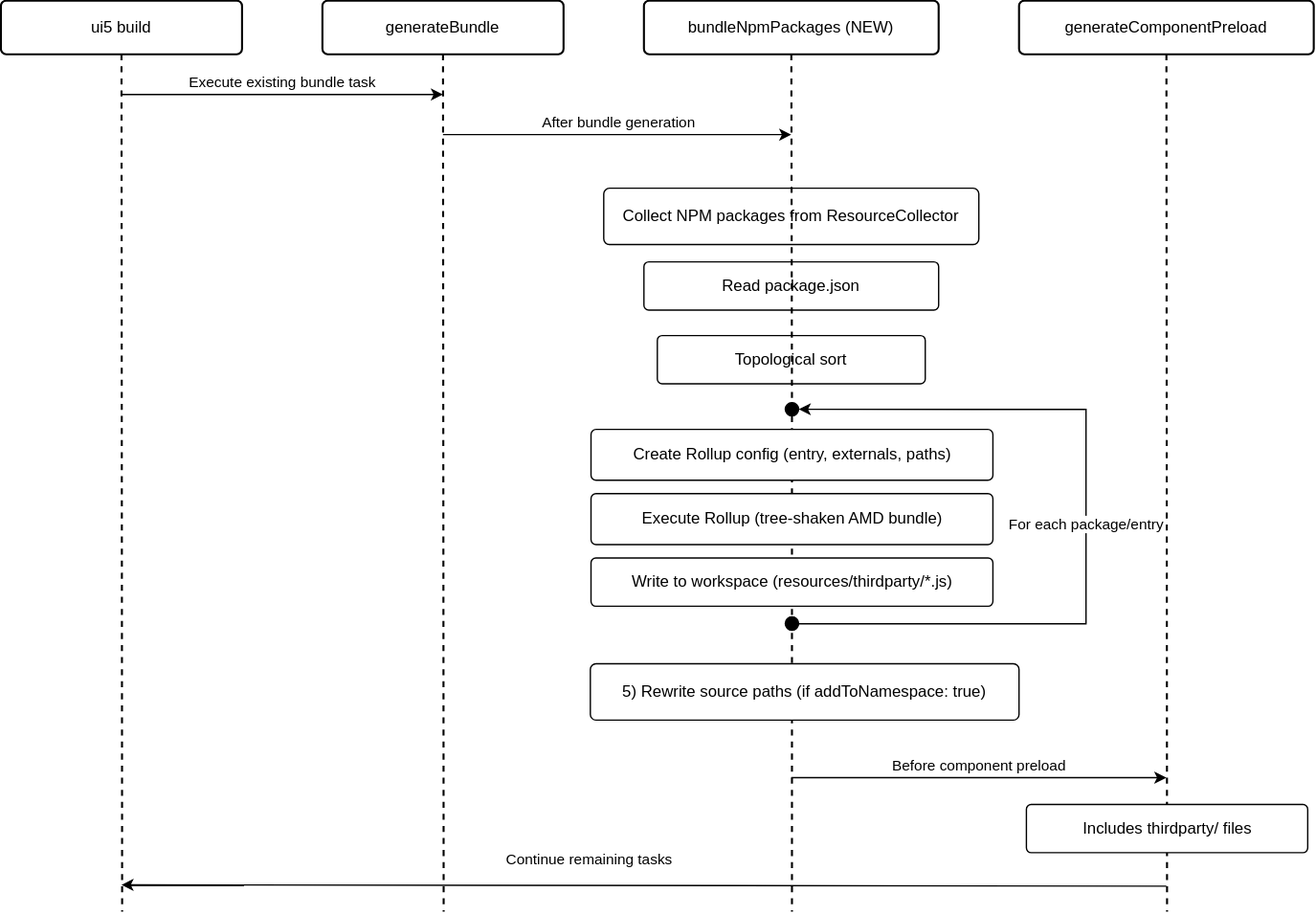
Above: rfcs/resources/0020-npm-integration/build-task-sequence.svg in UI5/cli (draw.io), before the change. Source tidied: cells renumbered, new cells last; positions are measured from the earlier drawing's top-left corner, leaving out a move shared by most shapes. Source of this version:
```xml
<mxGraphModel>
  <root>
    <mxCell id="0" />
    <mxCell id="1" parent="0" />
    <mxCell id="2" value="ui5 build" style="rounded=1;arcSize=10;whiteSpace=wrap;html=1;fillColor=#FFFFFF;strokeColor=#000000;strokeWidth=1.5;" parent="1" vertex="1">
      <mxGeometry width="180" height="40" as="geometry" />
    </mxCell>
    <mxCell id="3" value="generateBundle" style="rounded=1;arcSize=10;whiteSpace=wrap;html=1;fillColor=#FFFFFF;strokeColor=#000000;strokeWidth=1.5;" parent="1" vertex="1">
      <mxGeometry x="240" width="180" height="40" as="geometry" />
    </mxCell>
    <mxCell id="4" value="bundleNpmPackages (NEW)" style="rounded=1;arcSize=10;whiteSpace=wrap;html=1;fillColor=#FFFFFF;strokeColor=#000000;strokeWidth=1.5;" parent="1" vertex="1">
      <mxGeometry x="480" width="220" height="40" as="geometry" />
    </mxCell>
    <mxCell id="5" value="generateComponentPreload" style="rounded=1;arcSize=10;whiteSpace=wrap;html=1;fillColor=#FFFFFF;strokeColor=#000000;strokeWidth=1.5;" parent="1" vertex="1">
      <mxGeometry x="760" width="220" height="40" as="geometry" />
    </mxCell>
    <mxCell id="6" style="endArrow=none;dashed=1;strokeWidth=1.5;strokeColor=#000000;" parent="1" edge="1" source="2" target="7">
      <mxGeometry relative="1" as="geometry" />
    </mxCell>
    <mxCell id="7" style="rounded=0;whiteSpace=wrap;html=1;fillColor=none;strokeColor=none;" parent="1" vertex="1">
      <mxGeometry x="90" y="680" width="1" height="1" as="geometry" />
    </mxCell>
    <mxCell id="8" style="endArrow=none;dashed=1;strokeWidth=1.5;strokeColor=#000000;" parent="1" edge="1" source="3" target="9">
      <mxGeometry relative="1" as="geometry" />
    </mxCell>
    <mxCell id="9" style="rounded=0;whiteSpace=wrap;html=1;fillColor=none;strokeColor=none;" parent="1" vertex="1">
      <mxGeometry x="330" y="680" width="1" height="1" as="geometry" />
    </mxCell>
    <mxCell id="10" style="endArrow=none;dashed=1;strokeWidth=1.5;strokeColor=#000000;" parent="1" edge="1" source="28" target="11">
      <mxGeometry relative="1" as="geometry" />
    </mxCell>
    <mxCell id="11" style="rounded=0;whiteSpace=wrap;html=1;fillColor=none;strokeColor=none;" parent="1" vertex="1">
      <mxGeometry x="590" y="680" width="1" height="1" as="geometry" />
    </mxCell>
    <mxCell id="12" style="endArrow=none;dashed=1;strokeWidth=1.5;strokeColor=#000000;" parent="1" edge="1" source="5" target="13">
      <mxGeometry relative="1" as="geometry" />
    </mxCell>
    <mxCell id="13" style="rounded=0;whiteSpace=wrap;html=1;fillColor=none;strokeColor=none;" parent="1" vertex="1">
      <mxGeometry x="870" y="680" width="1" height="1" as="geometry" />
    </mxCell>
    <mxCell id="14" value="Execute existing bundle task" style="edgeStyle=orthogonalEdgeStyle;rounded=0;html=1;endArrow=classic;endFill=1;strokeColor=#000000;align=center;verticalAlign=bottom;" parent="1" edge="1">
      <mxGeometry relative="1" as="geometry">
        <mxPoint x="90" y="70" as="sourcePoint" />
        <mxPoint x="330" y="70" as="targetPoint" />
        <Array as="points">
          <mxPoint x="90" y="70" />
          <mxPoint x="330" y="70" />
        </Array>
      </mxGeometry>
    </mxCell>
    <mxCell id="15" value="After bundle generation" style="edgeStyle=orthogonalEdgeStyle;rounded=0;html=1;endArrow=classic;endFill=1;strokeColor=#000000;align=center;verticalAlign=bottom;" parent="1" edge="1">
      <mxGeometry relative="1" as="geometry">
        <mxPoint x="330" y="100" as="sourcePoint" />
        <mxPoint x="590" y="100" as="targetPoint" />
        <Array as="points">
          <mxPoint x="330" y="100" />
          <mxPoint x="590" y="100" />
        </Array>
      </mxGeometry>
    </mxCell>
    <mxCell id="16" value="Collect NPM packages from ResourceCollector" style="rounded=1;arcSize=10;whiteSpace=wrap;html=1;fillColor=#FFFFFF;strokeColor=#000000;" parent="1" vertex="1">
      <mxGeometry x="450" y="140" width="280" height="42" as="geometry" />
    </mxCell>
    <mxCell id="17" value="Read package.json" style="rounded=1;arcSize=10;whiteSpace=wrap;html=1;fillColor=#FFFFFF;strokeColor=#000000;" parent="1" vertex="1">
      <mxGeometry x="480" y="195" width="220" height="36" as="geometry" />
    </mxCell>
    <mxCell id="18" value="Topological sort" style="rounded=1;arcSize=10;whiteSpace=wrap;html=1;fillColor=#FFFFFF;strokeColor=#000000;" parent="1" vertex="1">
      <mxGeometry x="490" y="250" width="200" height="36" as="geometry" />
    </mxCell>
    <mxCell id="19" value="5) Rewrite source paths (if addToNamespace: true)" style="rounded=1;arcSize=10;whiteSpace=wrap;html=1;fillColor=#FFFFFF;strokeColor=#000000;" parent="1" vertex="1">
      <mxGeometry x="440" y="495" width="320" height="42" as="geometry" />
    </mxCell>
    <mxCell id="20" value="Before component preload" style="edgeStyle=orthogonalEdgeStyle;rounded=0;html=1;endArrow=classic;endFill=1;strokeColor=#000000;align=center;verticalAlign=bottom;" parent="1" edge="1">
      <mxGeometry relative="1" as="geometry">
        <mxPoint x="590" y="580" as="sourcePoint" />
        <mxPoint x="870" y="580" as="targetPoint" />
        <Array as="points">
          <mxPoint x="590" y="580" />
          <mxPoint x="870" y="580" />
        </Array>
      </mxGeometry>
    </mxCell>
    <mxCell id="21" value="Includes thirdparty/ files" style="rounded=1;arcSize=10;whiteSpace=wrap;html=1;fillColor=#FFFFFF;strokeColor=#000000;" parent="1" vertex="1">
      <mxGeometry x="765.5" y="600" width="210" height="36" as="geometry" />
    </mxCell>
    <mxCell id="22" value="Continue remaining tasks" style="edgeStyle=orthogonalEdgeStyle;rounded=0;html=1;endArrow=classic;endFill=1;strokeColor=#000000;align=center;verticalAlign=bottom;" parent="1" edge="1">
      <mxGeometry x="0.1" y="-10" relative="1" as="geometry">
        <mxPoint x="870" y="661" as="sourcePoint" />
        <mxPoint x="90" y="661" as="targetPoint" />
        <Array as="points">
          <mxPoint x="870" y="660" />
          <mxPoint x="90" y="660" />
        </Array>
      </mxGeometry>
    </mxCell>
    <mxCell id="23" value="Create Rollup config (entry, externals, paths)" style="rounded=1;arcSize=10;whiteSpace=wrap;html=1;fillColor=#FFFFFF;strokeColor=#000000;" parent="1" vertex="1">
      <mxGeometry x="440.5" y="320" width="300" height="38" as="geometry" />
    </mxCell>
    <mxCell id="24" value="Execute Rollup (tree-shaken AMD bundle)" style="rounded=1;arcSize=10;whiteSpace=wrap;html=1;fillColor=#FFFFFF;strokeColor=#000000;" parent="1" vertex="1">
      <mxGeometry x="440.5" y="368" width="300" height="38" as="geometry" />
    </mxCell>
    <mxCell id="25" value="Write to workspace (resources/thirdparty/*.js)" style="rounded=1;arcSize=10;whiteSpace=wrap;html=1;fillColor=#FFFFFF;strokeColor=#000000;" parent="1" vertex="1">
      <mxGeometry x="440.5" y="416" width="300" height="36" as="geometry" />
    </mxCell>
    <mxCell id="26" value="For each package/entry" style="edgeStyle=orthogonalEdgeStyle;rounded=0;html=1;endArrow=classic;endFill=1;strokeColor=#000000;align=center;verticalAlign=bottom;entryX=1;entryY=0.5;entryDx=0;entryDy=0;" parent="1" edge="1" source="29" target="28">
      <mxGeometry x="-0.05" relative="1" as="geometry">
        <Array as="points">
          <mxPoint x="810" y="465" />
          <mxPoint x="810" y="305" />
        </Array>
      </mxGeometry>
    </mxCell>
    <mxCell id="27" style="endArrow=none;dashed=1;strokeWidth=1.5;strokeColor=#000000;" parent="1" edge="1" source="4" target="28">
      <mxGeometry relative="1" as="geometry" />
    </mxCell>
    <mxCell id="28" style="ellipse;whiteSpace=wrap;html=1;fillColor=#000000;strokeColor=#000000;" parent="1" vertex="1">
      <mxGeometry x="585.5" y="300" width="10" height="10" as="geometry" />
    </mxCell>
    <mxCell id="29" style="ellipse;whiteSpace=wrap;html=1;fillColor=#000000;strokeColor=#000000;" parent="1" vertex="1">
      <mxGeometry x="585.5" y="460" width="10" height="10" as="geometry" />
    </mxCell>
  </root>
</mxGraphModel>
```
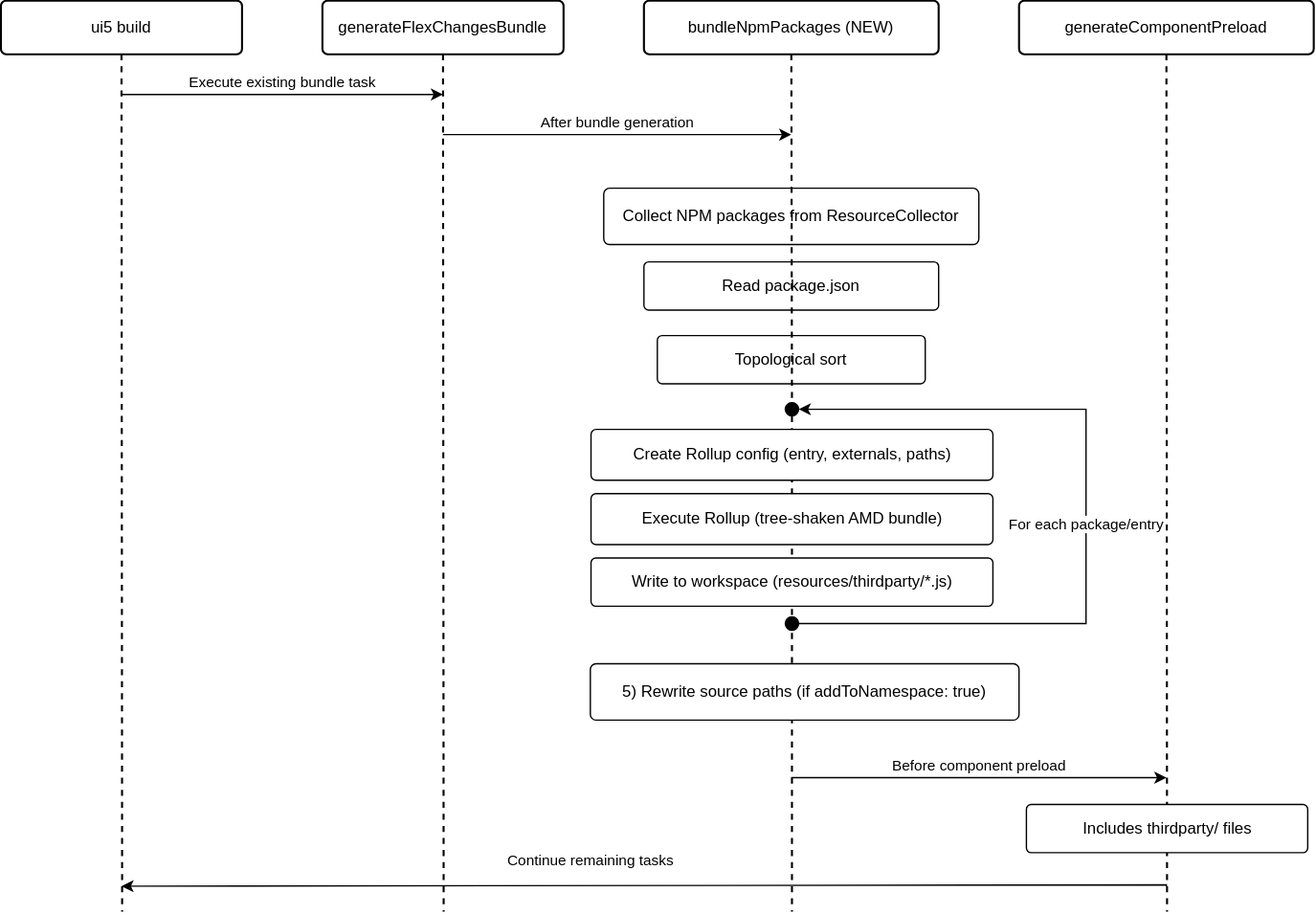
The same file after the commit.

The edit, as a diff of the source:
```diff
@@ -5,7 +5,7 @@
     <mxCell id="2" value="ui5 build" style="rounded=1;arcSize=10;whiteSpace=wrap;html=1;fillColor=#FFFFFF;strokeColor=#000000;strokeWidth=1.5;" parent="1" vertex="1">
       <mxGeometry width="180" height="40" as="geometry" />
     </mxCell>
-    <mxCell id="3" value="generateBundle" style="rounded=1;arcSize=10;whiteSpace=wrap;html=1;fillColor=#FFFFFF;strokeColor=#000000;strokeWidth=1.5;" parent="1" vertex="1">
+    <mxCell id="3" value="generateFlexChangesBundle" style="rounded=1;arcSize=10;whiteSpace=wrap;html=1;fillColor=#FFFFFF;strokeColor=#000000;strokeWidth=1.5;" parent="1" vertex="1">
       <mxGeometry x="240" width="180" height="40" as="geometry" />
     </mxCell>
     <mxCell id="4" value="bundleNpmPackages (NEW)" style="rounded=1;arcSize=10;whiteSpace=wrap;html=1;fillColor=#FFFFFF;strokeColor=#000000;strokeWidth=1.5;" parent="1" vertex="1">
```
